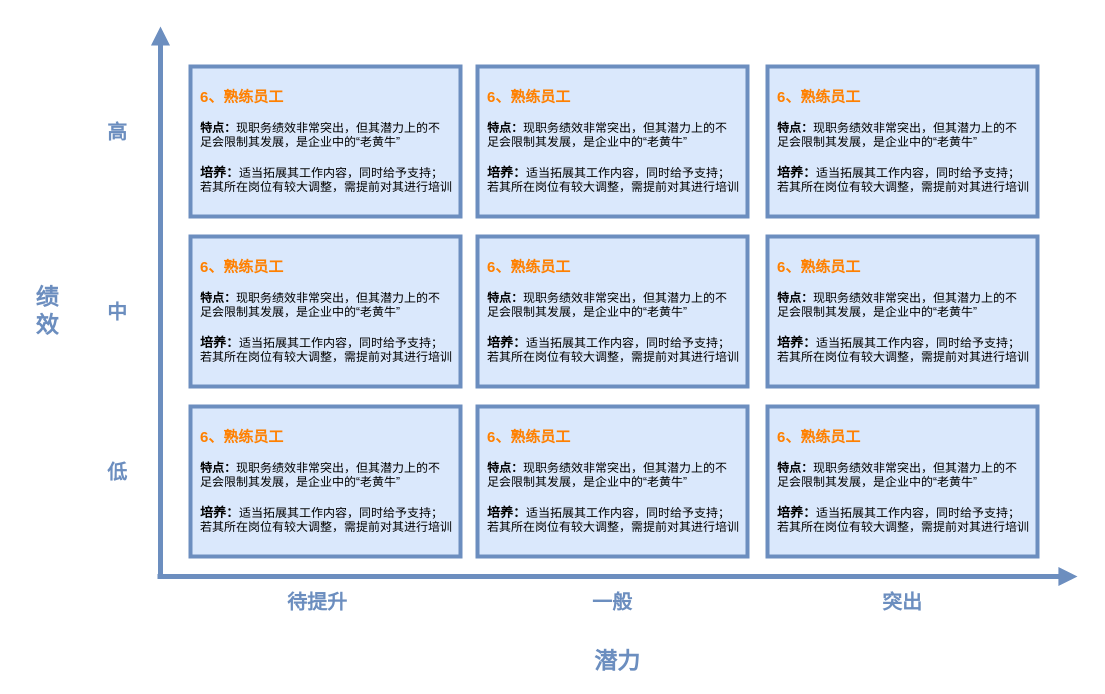
Before: 人才九宫格图.drawio in metre/images, a draw.io diagram. Source tidied: cells renumbered, new cells numbered last; positions are measured from the earlier drawing's top-left corner, leaving out a move shared by most shapes. Both pictures are drawn from the tidied source at 100%, with x=0, y=0 at pixel (17, 26).
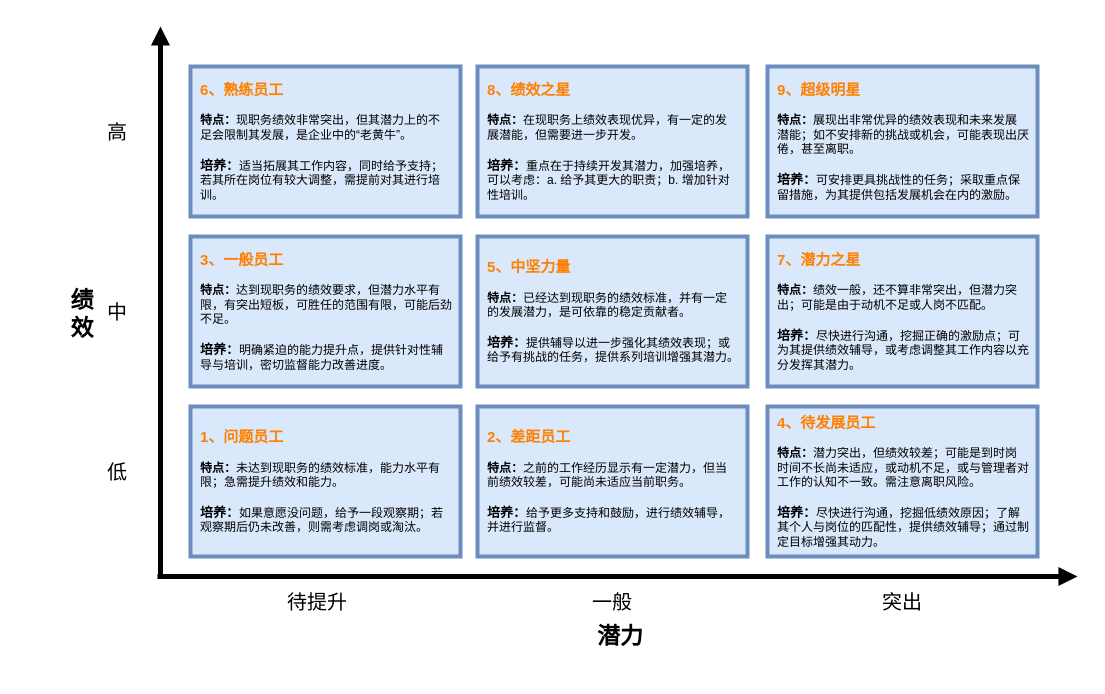
The same page after the edit.

Commit message:
更新人才九宫格图.drawio

Change to the diagram source:
```diff
@@
-    <mxCell id="2" style="endArrow=block;html=1;rounded=0;strokeWidth=5;endFill=1;fillColor=#dae8fc;strokeColor=#6c8ebf;" parent="1" edge="1">
+    <mxCell id="2" style="endArrow=block;html=1;rounded=0;strokeWidth=5;endFill=1;" parent="1" edge="1">
       <mxGeometry relative="1" as="geometry">
         <mxPoint x="143" y="550" as="sourcePoint" />
         <mxPoint x="143" as="targetPoint" />
       </mxGeometry>
     </mxCell>
-    <mxCell id="3" style="endArrow=block;html=1;rounded=0;strokeWidth=5;endFill=1;fillColor=#dae8fc;strokeColor=#6c8ebf;" parent="1" edge="1">
+    <mxCell id="3" style="endArrow=block;html=1;rounded=0;strokeWidth=5;endFill=1;" parent="1" edge="1">
       <mxGeometry relative="1" as="geometry">
         <mxPoint x="140" y="550" as="sourcePoint" />
         <mxPoint x="1060" y="550" as="targetPoint" />
       </mxGeometry>
     </mxCell>
-    <mxCell id="4" value="&lt;b&gt;&lt;font color=&quot;#ff8000&quot; style=&quot;font-size: 15px;&quot;&gt;6、熟练员工&lt;br&gt;&lt;/font&gt;&lt;/b&gt;&lt;br&gt;&lt;b&gt;特点：&lt;/b&gt;现职务绩效非常突出，但其潜力上的不足会限制其发展，是企业中的“老黄牛”&lt;br&gt;&lt;b&gt;&lt;font style=&quot;font-size: 13px;&quot;&gt;&lt;br&gt;培养：&lt;/font&gt;&lt;/b&gt;适当拓展其工作内容，同时给予支持；若其所在岗位有较大调整，需提前对其进行培训" style="rounded=0;whiteSpace=wrap;strokeWidth=4;fillColor=#dae8fc;strokeColor=#6c8ebf;shadow=0;sketch=0;fillStyle=auto;align=left;textDirection=ltr;spacingTop=0;spacing=10;spacingBottom=0;spacingRight=0;html=1;spacingLeft=0;" parent="1" vertex="1">
+    <mxCell id="4" value="&lt;b&gt;&lt;font color=&quot;#ff8000&quot; style=&quot;font-size: 15px;&quot;&gt;6、熟练员工&lt;br&gt;&lt;/font&gt;&lt;/b&gt;&lt;br&gt;&lt;b&gt;特点：&lt;/b&gt;现职务绩效非常突出，但其潜力上的不足会限制其发展，是企业中的“老黄牛”。&lt;br&gt;&lt;b&gt;&lt;font style=&quot;font-size: 13px;&quot;&gt;&lt;br&gt;培养：&lt;/font&gt;&lt;/b&gt;适当拓展其工作内容，同时给予支持；若其所在岗位有较大调整，需提前对其进行培训。" style="rounded=0;whiteSpace=wrap;strokeWidth=4;fillColor=#dae8fc;strokeColor=#6c8ebf;shadow=0;sketch=0;fillStyle=auto;align=left;textDirection=ltr;spacingTop=0;spacing=10;spacingBottom=0;spacingRight=0;html=1;spacingLeft=0;fontFamily=Helvetica;" parent="1" vertex="1">
       <mxGeometry x="173" y="40" width="270" height="150" as="geometry" />
     </mxCell>
-    <mxCell id="5" value="绩&lt;br style=&quot;font-size: 23px;&quot;&gt;效" style="text;html=1;strokeColor=none;fillColor=none;align=center;verticalAlign=middle;whiteSpace=wrap;rounded=0;shadow=0;sketch=0;fillStyle=auto;strokeWidth=4;fontSize=23;fontColor=#6C8EBF;fontStyle=1;" parent="1" vertex="1">
-      <mxGeometry y="270" width="60" height="30" as="geometry" />
+    <mxCell id="5" value="绩&lt;br style=&quot;font-size: 23px;&quot;&gt;效" style="text;html=1;align=center;verticalAlign=middle;whiteSpace=wrap;rounded=0;shadow=0;sketch=0;fillStyle=auto;strokeWidth=4;fontSize=23;fontStyle=1;" parent="1" vertex="1">
+      <mxGeometry x="35" y="273" width="60" height="30" as="geometry" />
     </mxCell>
-    <mxCell id="6" value="高" style="text;html=1;strokeColor=none;fillColor=none;align=center;verticalAlign=middle;whiteSpace=wrap;rounded=0;shadow=0;sketch=0;fillStyle=auto;strokeWidth=4;fontSize=20;fontColor=#6C8EBF;fontStyle=1;" parent="1" vertex="1">
+    <mxCell id="6" value="高" style="text;html=1;align=center;verticalAlign=middle;whiteSpace=wrap;rounded=0;shadow=0;sketch=0;fillStyle=auto;strokeWidth=4;fontSize=20;fontStyle=0;fontColor=#000000;" parent="1" vertex="1">
       <mxGeometry x="70" y="90" width="60" height="30" as="geometry" />
     </mxCell>
-    <mxCell id="7" value="&lt;b&gt;&lt;font color=&quot;#ff8000&quot; style=&quot;font-size: 15px;&quot;&gt;6、熟练员工&lt;br&gt;&lt;/font&gt;&lt;/b&gt;&lt;br&gt;&lt;b&gt;特点：&lt;/b&gt;现职务绩效非常突出，但其潜力上的不足会限制其发展，是企业中的“老黄牛”&lt;br&gt;&lt;b&gt;&lt;font style=&quot;font-size: 13px;&quot;&gt;&lt;br&gt;培养：&lt;/font&gt;&lt;/b&gt;适当拓展其工作内容，同时给予支持；若其所在岗位有较大调整，需提前对其进行培训" style="rounded=0;whiteSpace=wrap;strokeWidth=4;fillColor=#dae8fc;strokeColor=#6c8ebf;shadow=0;sketch=0;fillStyle=auto;align=left;textDirection=ltr;spacingTop=0;spacing=10;spacingBottom=0;spacingRight=0;html=1;spacingLeft=0;" parent="1" vertex="1">
+    <mxCell id="7" value="&lt;b&gt;&lt;font color=&quot;#ff8000&quot; style=&quot;font-size: 15px;&quot;&gt;3、一般员工&lt;br&gt;&lt;/font&gt;&lt;/b&gt;&lt;br&gt;&lt;b&gt;特点：&lt;/b&gt;达到现职务的绩效要求，但潜力水平有限，有突出短板，可胜任的范围有限，可能后劲不足。&lt;br&gt;&lt;b&gt;&lt;font style=&quot;font-size: 13px;&quot;&gt;&lt;br&gt;培养：&lt;/font&gt;&lt;/b&gt;明确紧迫的能力提升点，提供针对性辅导与培训，密切监督能力改善进度。" style="rounded=0;whiteSpace=wrap;strokeWidth=4;fillColor=#dae8fc;strokeColor=#6c8ebf;shadow=0;sketch=0;fillStyle=auto;align=left;textDirection=ltr;spacingTop=0;spacing=10;spacingBottom=0;spacingRight=0;html=1;spacingLeft=0;" parent="1" vertex="1">
       <mxGeometry x="173" y="210" width="270" height="150" as="geometry" />
     </mxCell>
-    <mxCell id="8" value="&lt;b&gt;&lt;font color=&quot;#ff8000&quot; style=&quot;font-size: 15px;&quot;&gt;6、熟练员工&lt;br&gt;&lt;/font&gt;&lt;/b&gt;&lt;br&gt;&lt;b&gt;特点：&lt;/b&gt;现职务绩效非常突出，但其潜力上的不足会限制其发展，是企业中的“老黄牛”&lt;br&gt;&lt;b&gt;&lt;font style=&quot;font-size: 13px;&quot;&gt;&lt;br&gt;培养：&lt;/font&gt;&lt;/b&gt;适当拓展其工作内容，同时给予支持；若其所在岗位有较大调整，需提前对其进行培训" style="rounded=0;whiteSpace=wrap;strokeWidth=4;fillColor=#dae8fc;strokeColor=#6c8ebf;shadow=0;sketch=0;fillStyle=auto;align=left;textDirection=ltr;spacingTop=0;spacing=10;spacingBottom=0;spacingRight=0;html=1;spacingLeft=0;" parent="1" vertex="1">
+    <mxCell id="8" value="&lt;b&gt;&lt;font color=&quot;#ff8000&quot; style=&quot;font-size: 15px;&quot;&gt;1、问题员工&lt;br&gt;&lt;/font&gt;&lt;/b&gt;&lt;br&gt;&lt;b&gt;特点：&lt;/b&gt;未达到现职务的绩效标准，能力水平有限；急需提升绩效和能力。&lt;br&gt;&lt;b&gt;&lt;font style=&quot;font-size: 13px;&quot;&gt;&lt;br&gt;培养：&lt;/font&gt;&lt;/b&gt;如果意愿没问题，给予一段观察期；若观察期后仍未改善，则需考虑调岗或淘汰。" style="rounded=0;whiteSpace=wrap;strokeWidth=4;fillColor=#dae8fc;strokeColor=#6c8ebf;shadow=0;sketch=0;fillStyle=auto;align=left;textDirection=ltr;spacingTop=0;spacing=10;spacingBottom=0;spacingRight=0;html=1;spacingLeft=0;" parent="1" vertex="1">
       <mxGeometry x="173" y="380" width="270" height="150" as="geometry" />
     </mxCell>
-    <mxCell id="9" value="中" style="text;html=1;strokeColor=none;fillColor=none;align=center;verticalAlign=middle;whiteSpace=wrap;rounded=0;shadow=0;sketch=0;fillStyle=auto;strokeWidth=4;fontSize=20;fontColor=#6C8EBF;fontStyle=1;" parent="1" vertex="1">
+    <mxCell id="9" value="中" style="text;html=1;align=center;verticalAlign=middle;whiteSpace=wrap;rounded=0;shadow=0;sketch=0;fillStyle=auto;strokeWidth=4;fontSize=20;fontStyle=0;fontColor=#000000;" parent="1" vertex="1">
       <mxGeometry x="70" y="270" width="60" height="30" as="geometry" />
     </mxCell>
-    <mxCell id="10" value="低" style="text;html=1;strokeColor=none;fillColor=none;align=center;verticalAlign=middle;whiteSpace=wrap;rounded=0;shadow=0;sketch=0;fillStyle=auto;strokeWidth=4;fontSize=20;fontColor=#6C8EBF;fontStyle=1;" parent="1" vertex="1">
+    <mxCell id="10" value="低" style="text;html=1;align=center;verticalAlign=middle;whiteSpace=wrap;rounded=0;shadow=0;sketch=0;fillStyle=auto;strokeWidth=4;fontSize=20;fontStyle=0;fontColor=#000000;" parent="1" vertex="1">
       <mxGeometry x="70" y="430" width="60" height="30" as="geometry" />
     </mxCell>
-    <mxCell id="11" value="潜力" style="text;html=1;strokeColor=none;fillColor=none;align=center;verticalAlign=middle;whiteSpace=wrap;rounded=0;shadow=0;sketch=0;fillStyle=auto;strokeWidth=4;fontSize=23;fontColor=#6C8EBF;fontStyle=1;" parent="1" vertex="1">
-      <mxGeometry x="570" y="620" width="60" height="30" as="geometry" />
+    <mxCell id="11" value="潜力" style="text;html=1;align=center;verticalAlign=middle;whiteSpace=wrap;rounded=0;shadow=0;sketch=0;fillStyle=auto;strokeWidth=4;fontSize=23;fontStyle=1;" parent="1" vertex="1">
+      <mxGeometry x="573" y="595" width="60" height="30" as="geometry" />
     </mxCell>
-    <mxCell id="12" value="突出" style="text;html=1;strokeColor=none;fillColor=none;align=center;verticalAlign=middle;whiteSpace=wrap;rounded=0;shadow=0;sketch=0;fillStyle=auto;strokeWidth=4;fontSize=20;fontColor=#6C8EBF;fontStyle=1;" parent="1" vertex="1">
+    <mxCell id="12" value="突出" style="text;html=1;align=center;verticalAlign=middle;whiteSpace=wrap;rounded=0;shadow=0;sketch=0;fillStyle=auto;strokeWidth=4;fontSize=20;fontStyle=0;fontColor=#000000;" parent="1" vertex="1">
       <mxGeometry x="855" y="560" width="60" height="30" as="geometry" />
     </mxCell>
-    <mxCell id="13" value="一般" style="text;html=1;strokeColor=none;fillColor=none;align=center;verticalAlign=middle;whiteSpace=wrap;rounded=0;shadow=0;sketch=0;fillStyle=auto;strokeWidth=4;fontSize=20;fontColor=#6C8EBF;fontStyle=1;" parent="1" vertex="1">
+    <mxCell id="13" value="一般" style="text;html=1;align=center;verticalAlign=middle;whiteSpace=wrap;rounded=0;shadow=0;sketch=0;fillStyle=auto;strokeWidth=4;fontSize=20;fontStyle=0;fontColor=#000000;" parent="1" vertex="1">
       <mxGeometry x="565" y="560" width="60" height="30" as="geometry" />
     </mxCell>
-    <mxCell id="14" value="待提升" style="text;html=1;strokeColor=none;fillColor=none;align=center;verticalAlign=middle;whiteSpace=wrap;rounded=0;shadow=0;sketch=0;fillStyle=auto;strokeWidth=4;fontSize=20;fontColor=#6C8EBF;fontStyle=1;" parent="1" vertex="1">
+    <mxCell id="14" value="待提升" style="text;html=1;align=center;verticalAlign=middle;whiteSpace=wrap;rounded=0;shadow=0;sketch=0;fillStyle=auto;strokeWidth=4;fontSize=20;fontStyle=0;fontColor=#000000;" parent="1" vertex="1">
       <mxGeometry x="260" y="560" width="80" height="30" as="geometry" />
     </mxCell>
-    <mxCell id="15" value="&lt;b&gt;&lt;font color=&quot;#ff8000&quot; style=&quot;font-size: 15px;&quot;&gt;6、熟练员工&lt;br&gt;&lt;/font&gt;&lt;/b&gt;&lt;br&gt;&lt;b&gt;特点：&lt;/b&gt;现职务绩效非常突出，但其潜力上的不足会限制其发展，是企业中的“老黄牛”&lt;br&gt;&lt;b&gt;&lt;font style=&quot;font-size: 13px;&quot;&gt;&lt;br&gt;培养：&lt;/font&gt;&lt;/b&gt;适当拓展其工作内容，同时给予支持；若其所在岗位有较大调整，需提前对其进行培训" style="rounded=0;whiteSpace=wrap;strokeWidth=4;fillColor=#dae8fc;strokeColor=#6c8ebf;shadow=0;sketch=0;fillStyle=auto;align=left;textDirection=ltr;spacingTop=0;spacing=10;spacingBottom=0;spacingRight=0;html=1;spacingLeft=0;" parent="1" vertex="1">
+    <mxCell id="15" value="&lt;b&gt;&lt;font color=&quot;#ff8000&quot; style=&quot;font-size: 15px;&quot;&gt;2、差距员工&lt;br&gt;&lt;/font&gt;&lt;/b&gt;&lt;br&gt;&lt;b&gt;特点：&lt;/b&gt;之前的工作经历显示有一定潜力，但当前绩效较差，可能尚未适应当前职务。&lt;br&gt;&lt;b&gt;&lt;font style=&quot;font-size: 13px;&quot;&gt;&lt;br&gt;培养：&lt;/font&gt;&lt;/b&gt;给予更多支持和鼓励，进行绩效辅导，并进行监督。" style="rounded=0;whiteSpace=wrap;strokeWidth=4;fillColor=#dae8fc;strokeColor=#6c8ebf;shadow=0;sketch=0;fillStyle=auto;align=left;textDirection=ltr;spacingTop=0;spacing=10;spacingBottom=0;spacingRight=0;html=1;spacingLeft=0;" parent="1" vertex="1">
       <mxGeometry x="460" y="380" width="270" height="150" as="geometry" />
     </mxCell>
-    <mxCell id="16" value="&lt;b&gt;&lt;font color=&quot;#ff8000&quot; style=&quot;font-size: 15px;&quot;&gt;6、熟练员工&lt;br&gt;&lt;/font&gt;&lt;/b&gt;&lt;br&gt;&lt;b&gt;特点：&lt;/b&gt;现职务绩效非常突出，但其潜力上的不足会限制其发展，是企业中的“老黄牛”&lt;br&gt;&lt;b&gt;&lt;font style=&quot;font-size: 13px;&quot;&gt;&lt;br&gt;培养：&lt;/font&gt;&lt;/b&gt;适当拓展其工作内容，同时给予支持；若其所在岗位有较大调整，需提前对其进行培训" style="rounded=0;whiteSpace=wrap;strokeWidth=4;fillColor=#dae8fc;strokeColor=#6c8ebf;shadow=0;sketch=0;fillStyle=auto;align=left;textDirection=ltr;spacingTop=0;spacing=10;spacingBottom=0;spacingRight=0;html=1;spacingLeft=0;" parent="1" vertex="1">
+    <mxCell id="16" value="&lt;b&gt;&lt;font color=&quot;#ff8000&quot; style=&quot;font-size: 15px;&quot;&gt;5、中坚力量&lt;br&gt;&lt;/font&gt;&lt;/b&gt;&lt;br&gt;&lt;b&gt;特点：&lt;/b&gt;已经达到现职务的绩效标准，并有一定的发展潜力，是可依靠的稳定贡献者。&lt;br&gt;&lt;b&gt;&lt;font style=&quot;font-size: 13px;&quot;&gt;&lt;br&gt;培养：&lt;/font&gt;&lt;/b&gt;提供辅导以进一步强化其绩效表现；或给予有挑战的任务，提供系列培训增强其潜力。" style="rounded=0;whiteSpace=wrap;strokeWidth=4;fillColor=#dae8fc;strokeColor=#6c8ebf;shadow=0;sketch=0;fillStyle=auto;align=left;textDirection=ltr;spacingTop=0;spacing=10;spacingBottom=0;spacingRight=0;html=1;spacingLeft=0;" parent="1" vertex="1">
       <mxGeometry x="460" y="210" width="270" height="150" as="geometry" />
     </mxCell>
-    <mxCell id="17" value="&lt;b&gt;&lt;font color=&quot;#ff8000&quot; style=&quot;font-size: 15px;&quot;&gt;6、熟练员工&lt;br&gt;&lt;/font&gt;&lt;/b&gt;&lt;br&gt;&lt;b&gt;特点：&lt;/b&gt;现职务绩效非常突出，但其潜力上的不足会限制其发展，是企业中的“老黄牛”&lt;br&gt;&lt;b&gt;&lt;font style=&quot;font-size: 13px;&quot;&gt;&lt;br&gt;培养：&lt;/font&gt;&lt;/b&gt;适当拓展其工作内容，同时给予支持；若其所在岗位有较大调整，需提前对其进行培训" style="rounded=0;whiteSpace=wrap;strokeWidth=4;fillColor=#dae8fc;strokeColor=#6c8ebf;shadow=0;sketch=0;fillStyle=auto;align=left;textDirection=ltr;spacingTop=0;spacing=10;spacingBottom=0;spacingRight=0;html=1;spacingLeft=0;" parent="1" vertex="1">
+    <mxCell id="17" value="&lt;b&gt;&lt;font color=&quot;#ff8000&quot; style=&quot;font-size: 15px;&quot;&gt;8、绩效之星&lt;br&gt;&lt;/font&gt;&lt;/b&gt;&lt;br&gt;&lt;b&gt;特点：&lt;/b&gt;在现职务上绩效表现优异，有一定的发展潜能，但需要进一步开发。&lt;br&gt;&lt;b&gt;&lt;font style=&quot;font-size: 13px;&quot;&gt;&lt;br&gt;培养：&lt;/font&gt;&lt;/b&gt;重点在于持续开发其潜力，加强培养，可以考虑：a.&amp;nbsp;给予其更大的职责；b.&amp;nbsp;增加针对性培训。" style="rounded=0;whiteSpace=wrap;strokeWidth=4;fillColor=#dae8fc;strokeColor=#6c8ebf;shadow=0;sketch=0;fillStyle=auto;align=left;textDirection=ltr;spacingTop=0;spacing=10;spacingBottom=0;spacingRight=0;html=1;spacingLeft=0;" parent="1" vertex="1">
       <mxGeometry x="460" y="40" width="270" height="150" as="geometry" />
     </mxCell>
-    <mxCell id="18" value="&lt;b&gt;&lt;font color=&quot;#ff8000&quot; style=&quot;font-size: 15px;&quot;&gt;6、熟练员工&lt;br&gt;&lt;/font&gt;&lt;/b&gt;&lt;br&gt;&lt;b&gt;特点：&lt;/b&gt;现职务绩效非常突出，但其潜力上的不足会限制其发展，是企业中的“老黄牛”&lt;br&gt;&lt;b&gt;&lt;font style=&quot;font-size: 13px;&quot;&gt;&lt;br&gt;培养：&lt;/font&gt;&lt;/b&gt;适当拓展其工作内容，同时给予支持；若其所在岗位有较大调整，需提前对其进行培训" style="rounded=0;whiteSpace=wrap;strokeWidth=4;fillColor=#dae8fc;strokeColor=#6c8ebf;shadow=0;sketch=0;fillStyle=auto;align=left;textDirection=ltr;spacingTop=0;spacing=10;spacingBottom=0;spacingRight=0;html=1;spacingLeft=0;" parent="1" vertex="1">
+    <mxCell id="18" value="&lt;b&gt;&lt;font color=&quot;#ff8000&quot; style=&quot;font-size: 15px;&quot;&gt;9、超级明星&lt;br&gt;&lt;/font&gt;&lt;/b&gt;&lt;br&gt;&lt;b&gt;特点：&lt;/b&gt;展现出非常优异的绩效表现和未来发展潜能；如不安排新的挑战或机会，可能表现出厌倦，甚至离职。&lt;br&gt;&lt;b&gt;&lt;font style=&quot;font-size: 13px;&quot;&gt;&lt;br&gt;培养：&lt;/font&gt;&lt;/b&gt;可安排更具挑战性的任务；采取重点保留措施，为其提供包括发展机会在内的激励。" style="rounded=0;whiteSpace=wrap;strokeWidth=4;fillColor=#dae8fc;strokeColor=#6c8ebf;shadow=0;sketch=0;fillStyle=auto;align=left;textDirection=ltr;spacingTop=0;spacing=10;spacingBottom=0;spacingRight=0;html=1;spacingLeft=0;" parent="1" vertex="1">
       <mxGeometry x="750" y="40" width="270" height="150" as="geometry" />
     </mxCell>
-    <mxCell id="19" value="&lt;b&gt;&lt;font color=&quot;#ff8000&quot; style=&quot;font-size: 15px;&quot;&gt;6、熟练员工&lt;br&gt;&lt;/font&gt;&lt;/b&gt;&lt;br&gt;&lt;b&gt;特点：&lt;/b&gt;现职务绩效非常突出，但其潜力上的不足会限制其发展，是企业中的“老黄牛”&lt;br&gt;&lt;b&gt;&lt;font style=&quot;font-size: 13px;&quot;&gt;&lt;br&gt;培养：&lt;/font&gt;&lt;/b&gt;适当拓展其工作内容，同时给予支持；若其所在岗位有较大调整，需提前对其进行培训" style="rounded=0;whiteSpace=wrap;strokeWidth=4;fillColor=#dae8fc;strokeColor=#6c8ebf;shadow=0;sketch=0;fillStyle=auto;align=left;textDirection=ltr;spacingTop=0;spacing=10;spacingBottom=0;spacingRight=0;html=1;spacingLeft=0;" parent="1" vertex="1">
+    <mxCell id="19" value="&lt;b&gt;&lt;font color=&quot;#ff8000&quot; style=&quot;font-size: 15px;&quot;&gt;7、潜力之星&lt;br&gt;&lt;/font&gt;&lt;/b&gt;&lt;br&gt;&lt;b&gt;特点：&lt;/b&gt;绩效一般，还不算非常突出，但潜力突出；可能是由于动机不足或人岗不匹配。&lt;br&gt;&lt;b&gt;&lt;font style=&quot;font-size: 13px;&quot;&gt;&lt;br&gt;培养：&lt;/font&gt;&lt;/b&gt;尽快进行沟通，挖掘正确的激励点；可为其提供绩效辅导，或考虑调整其工作内容以充分发挥其潜力。" style="rounded=0;whiteSpace=wrap;strokeWidth=4;fillColor=#dae8fc;strokeColor=#6c8ebf;shadow=0;sketch=0;fillStyle=auto;align=left;textDirection=ltr;spacingTop=0;spacing=10;spacingBottom=0;spacingRight=0;html=1;spacingLeft=0;" parent="1" vertex="1">
       <mxGeometry x="750" y="210" width="270" height="150" as="geometry" />
     </mxCell>
-    <mxCell id="20" value="&lt;b&gt;&lt;font color=&quot;#ff8000&quot; style=&quot;font-size: 15px;&quot;&gt;6、熟练员工&lt;br&gt;&lt;/font&gt;&lt;/b&gt;&lt;br&gt;&lt;b&gt;特点：&lt;/b&gt;现职务绩效非常突出，但其潜力上的不足会限制其发展，是企业中的“老黄牛”&lt;br&gt;&lt;b&gt;&lt;font style=&quot;font-size: 13px;&quot;&gt;&lt;br&gt;培养：&lt;/font&gt;&lt;/b&gt;适当拓展其工作内容，同时给予支持；若其所在岗位有较大调整，需提前对其进行培训" style="rounded=0;whiteSpace=wrap;strokeWidth=4;fillColor=#dae8fc;strokeColor=#6c8ebf;shadow=0;sketch=0;fillStyle=auto;align=left;textDirection=ltr;spacingTop=0;spacing=10;spacingBottom=0;spacingRight=0;html=1;spacingLeft=0;" parent="1" vertex="1">
+    <mxCell id="20" value="&lt;b&gt;&lt;font color=&quot;#ff8000&quot; style=&quot;font-size: 15px;&quot;&gt;4、待发展员工&lt;br&gt;&lt;/font&gt;&lt;/b&gt;&lt;br&gt;&lt;b&gt;特点：&lt;/b&gt;潜力突出，但绩效较差；可能是到时岗时间不长尚未适应，或动机不足，或与管理者对工作的认知不一致。需注意离职风险。&lt;br&gt;&lt;b&gt;&lt;font style=&quot;font-size: 13px;&quot;&gt;&lt;br&gt;培养：&lt;/font&gt;&lt;/b&gt;尽快进行沟通，挖掘低绩效原因；了解其个人与岗位的匹配性，提供绩效辅导；通过制定目标增强其动力。" style="rounded=0;whiteSpace=wrap;strokeWidth=4;fillColor=#dae8fc;strokeColor=#6c8ebf;shadow=0;sketch=0;fillStyle=auto;align=left;textDirection=ltr;spacingTop=0;spacing=10;spacingBottom=0;spacingRight=0;html=1;spacingLeft=0;" parent="1" vertex="1">
       <mxGeometry x="750" y="380" width="270" height="150" as="geometry" />
     </mxCell>
```
